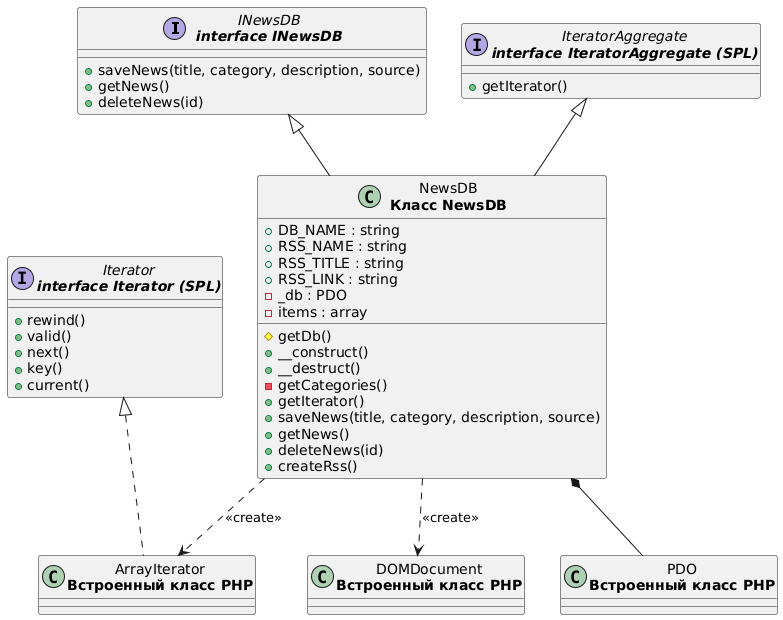
Arisha2080/web keeps this PlantUML diagram as lab6/diagrams/news_diagram.png. Above is the earlier version.
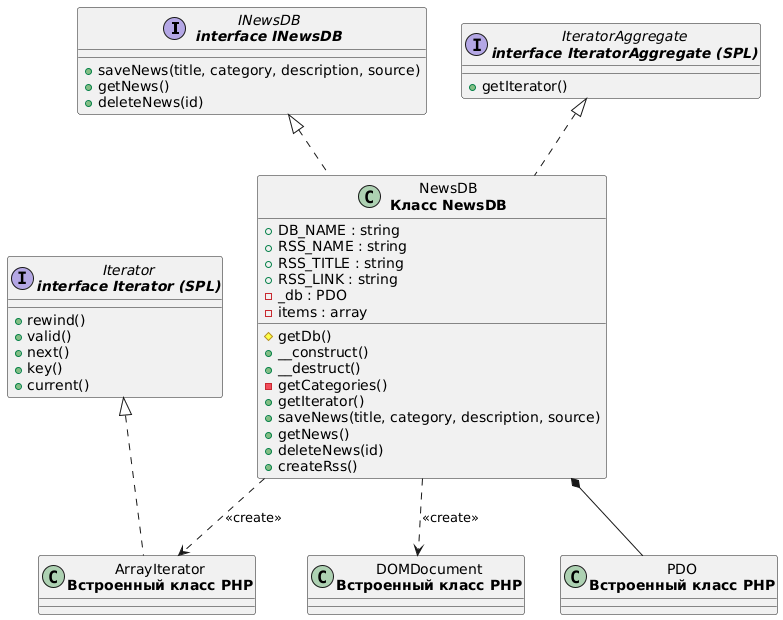
Later version of the same file.

Diff of the diagram source:
```diff
@@ -41,8 +41,8 @@
 
   class "DOMDocument\n<b>Встроенный класс PHP</b>" as DOMDocument
 
-  INewsDB <|-- NewsDB
-  IteratorAggregate <|-- NewsDB
+  INewsDB <|.. NewsDB
+  IteratorAggregate <|.. NewsDB
   Iterator <|.. ArrayIterator
   NewsDB *-- PDO
   NewsDB ..> ArrayIterator : <<create>>
```
